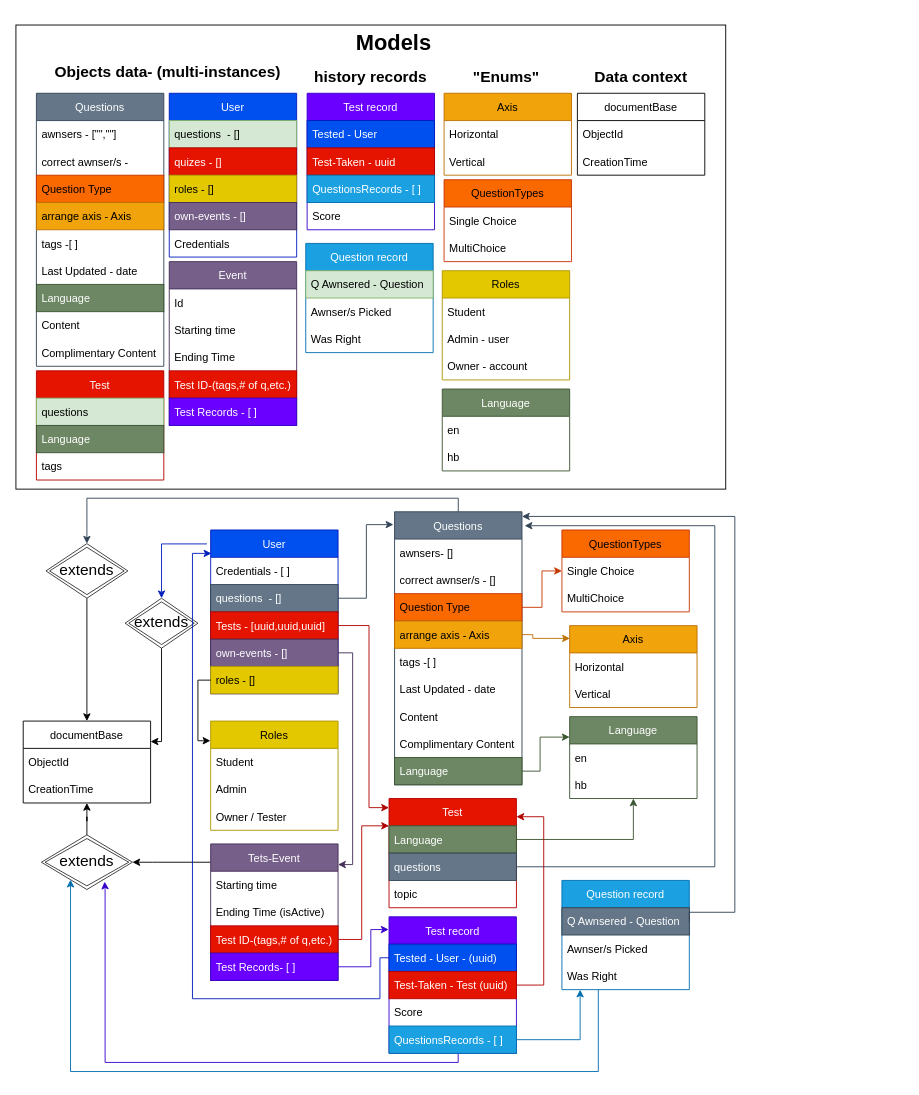
Above: page "Data" (2 of 3) of UML-Server.drawio in Shoam611/Tests-System (draw.io), before the change. Source tidied: cells renumbered, new cells numbered last; positions are measured from the earlier drawing's top-left corner, leaving out a move shared by most shapes. Both pictures are drawn from the tidied source at 91%, with x=0, y=0 at pixel (15, 25).
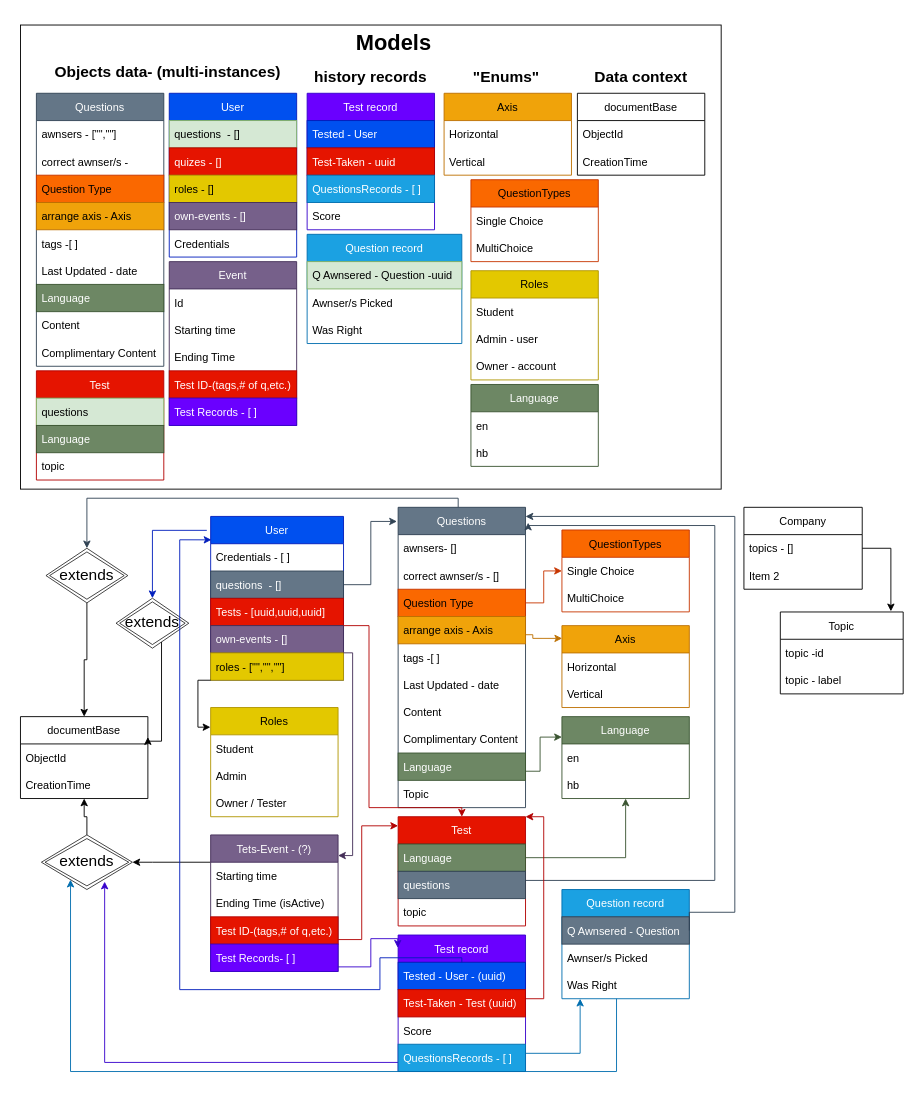
The same page after the edit.

The change refers to these unchanged cells:
```xml
<mxCell id="14" value="Test" style="swimlane;fontStyle=0;horizontal=1;startSize=30;fillColor=#e51400;strokeColor=#B20000;fontColor=#ffffff;rounded=0;" parent="1" vertex="1">
  <mxGeometry x="22.5" y="380" width="140" height="120" as="geometry" />
</mxCell>
<mxCell id="81" value="questions" style="text;strokeColor=#314354;fillColor=#647687;align=left;verticalAlign=middle;spacingLeft=4;spacingRight=4;overflow=hidden;points=[[0,0.5],[1,0.5]];portConstraint=eastwest;fontColor=#ffffff;rounded=0;" parent="79" vertex="1">
  <mxGeometry y="60" width="140" height="30" as="geometry" />
</mxCell>
<mxCell id="103" value="Test Records- [ ]" style="text;strokeColor=#3700CC;fillColor=#6a00ff;align=left;verticalAlign=middle;spacingLeft=4;spacingRight=4;overflow=hidden;points=[[0,0.5],[1,0.5]];portConstraint=eastwest;fontColor=#ffffff;rounded=0;" parent="99" vertex="1">
  <mxGeometry y="120" width="140" height="30" as="geometry" />
</mxCell>
<mxCell id="114" value="extends" style="shape=rhombus;double=1;perimeter=rhombusPerimeter;whiteSpace=wrap;html=1;align=center;fontSize=17;opacity=80;rounded=0;" parent="1" vertex="1">
  <mxGeometry x="28" y="890" width="100" height="60" as="geometry" />
</mxCell>
<mxCell id="121" value="Tested - User - (uuid)" style="text;strokeColor=#001DBC;fillColor=#0050ef;align=left;verticalAlign=middle;spacingLeft=4;spacingRight=4;overflow=hidden;points=[[0,0.5],[1,0.5]];portConstraint=eastwest;fontColor=#ffffff;rounded=0;" parent="120" vertex="1">
  <mxGeometry y="30" width="140" height="30" as="geometry" />
</mxCell>
<mxCell id="122" value="Test-Taken - Test (uuid)" style="text;strokeColor=#B20000;fillColor=#e51400;align=left;verticalAlign=middle;spacingLeft=4;spacingRight=4;overflow=hidden;points=[[0,0.5],[1,0.5]];portConstraint=eastwest;fontColor=#ffffff;rounded=0;" parent="120" vertex="1">
  <mxGeometry y="60" width="140" height="30" as="geometry" />
</mxCell>
<mxCell id="124" value="QuestionsRecords - [ ]" style="text;strokeColor=#006EAF;fillColor=#1ba1e2;align=left;verticalAlign=middle;spacingLeft=4;spacingRight=4;overflow=hidden;points=[[0,0.5],[1,0.5]];portConstraint=eastwest;fontColor=#ffffff;rounded=0;" parent="120" vertex="1">
  <mxGeometry y="120" width="140" height="30" as="geometry" />
</mxCell>
```

Diff of the diagram source:
```diff
@@
     <mxCell id="2" style="rounded=0;whiteSpace=wrap;html=1;" parent="1" vertex="1">
-      <mxGeometry width="780" height="510" as="geometry" />
+      <mxGeometry x="5" width="770" height="510" as="geometry" />
     </mxCell>
@@
-    <mxCell id="17" value="tags" style="text;strokeColor=none;fillColor=none;align=left;verticalAlign=middle;spacingLeft=4;spacingRight=4;overflow=hidden;rounded=0;" parent="14" vertex="1">
+    <mxCell id="17" value="topic" style="text;strokeColor=none;fillColor=none;align=left;verticalAlign=middle;spacingLeft=4;spacingRight=4;overflow=hidden;rounded=0;" parent="14" vertex="1">
       <mxGeometry y="90" width="140" height="30" as="geometry" />
     </mxCell>
@@
     <mxCell id="27" value="Roles" style="swimlane;fontStyle=0;horizontal=1;startSize=30;fillColor=#e3c800;strokeColor=#B09500;fontColor=#000000;rounded=0;" parent="1" vertex="1">
-      <mxGeometry x="468.5" y="270" width="140" height="120" as="geometry" />
+      <mxGeometry x="500" y="270" width="140" height="120" as="geometry" />
     </mxCell>
@@
     <mxCell id="40" value="QuestionTypes" style="swimlane;fontStyle=0;horizontal=1;startSize=30;fillColor=#fa6800;strokeColor=#C73500;fontColor=#000000;rounded=0;" parent="1" vertex="1">
-      <mxGeometry x="470.5" y="170" width="140" height="90" as="geometry" />
+      <mxGeometry x="500" y="170" width="140" height="90" as="geometry" />
     </mxCell>
@@
     <mxCell id="48" value="Question record" style="swimlane;fontStyle=0;horizontal=1;startSize=30;fillColor=#1ba1e2;fontColor=#ffffff;strokeColor=#006EAF;rounded=0;" parent="1" vertex="1">
-      <mxGeometry x="318.5" y="240" width="140" height="120" as="geometry" />
+      <mxGeometry x="320" y="230" width="170" height="120" as="geometry" />
     </mxCell>
-    <mxCell id="49" value="Q Awnsered - Question" style="text;strokeColor=#82b366;fillColor=#d5e8d4;align=left;verticalAlign=middle;spacingLeft=4;spacingRight=4;overflow=hidden;rounded=0;" parent="48" vertex="1">
-      <mxGeometry y="30" width="140" height="30" as="geometry" />
+    <mxCell id="49" value="Q Awnsered - Question -uuid" style="text;strokeColor=#82b366;fillColor=#d5e8d4;align=left;verticalAlign=middle;spacingLeft=4;spacingRight=4;overflow=hidden;rounded=0;" parent="48" vertex="1">
+      <mxGeometry y="30" width="170" height="30" as="geometry" />
     </mxCell>
     <mxCell id="50" value="Awnser/s Picked" style="text;strokeColor=none;fillColor=none;align=left;verticalAlign=middle;spacingLeft=4;spacingRight=4;overflow=hidden;rounded=0;" parent="48" vertex="1">
-      <mxGeometry y="60" width="140" height="30" as="geometry" />
+      <mxGeometry y="60" width="170" height="30" as="geometry" />
     </mxCell>
     <mxCell id="51" value="Was Right" style="text;strokeColor=none;fillColor=none;align=left;verticalAlign=middle;spacingLeft=4;spacingRight=4;overflow=hidden;rounded=0;" parent="48" vertex="1">
-      <mxGeometry y="90" width="140" height="30" as="geometry" />
+      <mxGeometry y="90" width="170" height="30" as="geometry" />
     </mxCell>
@@
     <mxCell id="56" style="edgeStyle=orthogonalEdgeStyle;rounded=0;jettySize=auto;html=1;entryX=0.5;entryY=0;entryDx=0;entryDy=0;fontSize=17;strokeColor=#001DBC;exitX=-0.029;exitY=0.085;exitDx=0;exitDy=0;exitPerimeter=0;fillColor=#0050ef;" parent="1" edge="1" source="57" target="112">
       <mxGeometry relative="1" as="geometry">
         <Array as="points">
-          <mxPoint x="160" y="570" />
+          <mxPoint x="150" y="555" />
         </Array>
       </mxGeometry>
     </mxCell>
     <mxCell id="57" value="User" style="swimlane;fontStyle=0;horizontal=1;startSize=30;fillColor=#0050ef;fontColor=#ffffff;strokeColor=#001DBC;rounded=0;" parent="1" vertex="1">
-      <mxGeometry x="214" y="554.9" width="140" height="180" as="geometry" />
+      <mxGeometry x="214" y="540" width="146" height="180" as="geometry" />
     </mxCell>
     <mxCell id="58" value="Credentials - [ ] " style="text;strokeColor=none;fillColor=none;align=left;verticalAlign=middle;spacingLeft=4;spacingRight=4;overflow=hidden;points=[[0,0.5],[1,0.5]];portConstraint=eastwest;rounded=0;" parent="57" vertex="1">
-      <mxGeometry y="30" width="140" height="30" as="geometry" />
+      <mxGeometry y="30" width="146" height="30" as="geometry" />
     </mxCell>
     <mxCell id="59" value="questions  - []" style="text;strokeColor=#314354;fillColor=#647687;align=left;verticalAlign=middle;spacingLeft=4;spacingRight=4;overflow=hidden;points=[[0,0.5],[1,0.5]];portConstraint=eastwest;fontColor=#ffffff;rounded=0;" parent="57" vertex="1">
-      <mxGeometry y="60" width="140" height="30" as="geometry" />
+      <mxGeometry y="60" width="146" height="30" as="geometry" />
     </mxCell>
     <mxCell id="60" value="Tests - [uuid,uuid,uuid]" style="text;strokeColor=#B20000;fillColor=#e51400;align=left;verticalAlign=middle;spacingLeft=4;spacingRight=4;overflow=hidden;points=[[0,0.5],[1,0.5]];portConstraint=eastwest;fontColor=#ffffff;rounded=0;" parent="57" vertex="1">
-      <mxGeometry y="90" width="140" height="30" as="geometry" />
+      <mxGeometry y="90" width="146" height="30" as="geometry" />
     </mxCell>
     <mxCell id="61" value="own-events - []" style="text;strokeColor=#432D57;fillColor=#76608a;align=left;verticalAlign=middle;spacingLeft=4;spacingRight=4;overflow=hidden;points=[[0,0.5],[1,0.5]];portConstraint=eastwest;fontColor=#ffffff;rounded=0;" parent="57" vertex="1">
-      <mxGeometry y="120" width="140" height="30" as="geometry" />
+      <mxGeometry y="120" width="146" height="30" as="geometry" />
     </mxCell>
-    <mxCell id="62" value="roles - []" style="text;strokeColor=#B09500;fillColor=#e3c800;align=left;verticalAlign=middle;spacingLeft=4;spacingRight=4;overflow=hidden;points=[[0,0.5],[1,0.5]];portConstraint=eastwest;fontColor=#000000;rounded=0;" parent="57" vertex="1">
-      <mxGeometry y="150" width="140" height="30" as="geometry" />
+    <mxCell id="62" value="roles - [&quot;&quot;,&quot;&quot;,&quot;&quot;]" style="text;strokeColor=#B09500;fillColor=#e3c800;align=left;verticalAlign=middle;spacingLeft=4;spacingRight=4;overflow=hidden;points=[[0,0.5],[1,0.5]];portConstraint=eastwest;fontColor=#000000;rounded=0;" parent="57" vertex="1">
+      <mxGeometry y="150" width="146" height="30" as="geometry" />
     </mxCell>
     <mxCell id="63" value="Roles" style="swimlane;fontStyle=0;horizontal=1;startSize=30;fillColor=#e3c800;strokeColor=#B09500;fontColor=#000000;rounded=0;" parent="1" vertex="1">
-      <mxGeometry x="214" y="764.9" width="140" height="120" as="geometry" />
+      <mxGeometry x="214" y="750" width="140" height="120" as="geometry" />
     </mxCell>
@@
     <mxCell id="67" style="edgeStyle=orthogonalEdgeStyle;rounded=0;jettySize=auto;html=1;entryX=-0.002;entryY=0.18;entryDx=0;entryDy=0;entryPerimeter=0;fontSize=17;strokeColor=#000000;" parent="1" edge="1" source="62" target="63">
       <mxGeometry relative="1" as="geometry">
         <Array as="points">
           <mxPoint x="200" y="720" />
-          <mxPoint x="200" y="787" />
+          <mxPoint x="200" y="772" />
         </Array>
       </mxGeometry>
     </mxCell>
@@
     <mxCell id="69" value="Questions" style="swimlane;fontStyle=0;horizontal=1;startSize=30;fillColor=#647687;strokeColor=#314354;fontColor=#ffffff;rounded=0;" parent="1" vertex="1">
-      <mxGeometry x="416.1" y="534.9" width="140" height="300" as="geometry" />
+      <mxGeometry x="420" y="530" width="140" height="330" as="geometry" />
     </mxCell>
@@
+    <mxCell id="135" value="Topic" style="text;strokeColor=none;fillColor=none;align=left;verticalAlign=middle;spacingLeft=4;spacingRight=4;overflow=hidden;rounded=0;" parent="69" vertex="1">
+      <mxGeometry y="300" width="140" height="30" as="geometry" />
+    </mxCell>
     <mxCell id="79" value="Test" style="swimlane;fontStyle=0;horizontal=1;startSize=30;fillColor=#e51400;strokeColor=#B20000;fontColor=#ffffff;rounded=0;" parent="1" vertex="1">
-      <mxGeometry x="410" y="850" width="140" height="120" as="geometry" />
+      <mxGeometry x="420" y="870" width="140" height="120" as="geometry" />
     </mxCell>
@@
     <mxCell id="88" value="Axis" style="swimlane;fontStyle=0;horizontal=1;startSize=30;fillColor=#f0a30a;strokeColor=#BD7000;fontColor=#000000;rounded=0;" parent="1" vertex="1">
-      <mxGeometry x="608.5" y="660" width="140" height="90" as="geometry" />
+      <mxGeometry x="600" y="660" width="140" height="90" as="geometry" />
     </mxCell>
@@
     <mxCell id="91" value="Language" style="swimlane;fontStyle=0;horizontal=1;startSize=30;fillColor=#6d8764;fontColor=#ffffff;strokeColor=#3A5431;rounded=0;" parent="1" vertex="1">
-      <mxGeometry x="468.5" y="400" width="140" height="90" as="geometry" />
+      <mxGeometry x="500" y="395" width="140" height="90" as="geometry" />
     </mxCell>
@@
     <mxCell id="95" value="Language" style="swimlane;fontStyle=0;horizontal=1;startSize=30;fillColor=#6d8764;fontColor=#ffffff;strokeColor=#3A5431;rounded=0;" parent="1" vertex="1">
-      <mxGeometry x="608.5" y="760" width="140" height="90" as="geometry" />
+      <mxGeometry x="600" y="760" width="140" height="90" as="geometry" />
     </mxCell>
@@
-    <mxCell id="99" value="Tets-Event" style="swimlane;fontStyle=0;horizontal=1;startSize=30;fillColor=#76608a;strokeColor=#432D57;fontColor=#ffffff;rounded=0;" parent="1" vertex="1">
-      <mxGeometry x="214" y="899.9" width="140" height="150" as="geometry" />
+    <mxCell id="99" value="Tets-Event - (?)" style="swimlane;fontStyle=0;horizontal=1;startSize=30;fillColor=#76608a;strokeColor=#432D57;fontColor=#ffffff;rounded=0;" parent="1" vertex="1">
+      <mxGeometry x="214" y="890" width="140" height="150" as="geometry" />
     </mxCell>
@@
     <mxCell id="104" style="edgeStyle=orthogonalEdgeStyle;rounded=0;jettySize=auto;html=1;fontSize=17;strokeColor=#432D57;entryX=1;entryY=0.151;entryDx=0;entryDy=0;entryPerimeter=0;fillColor=#76608a;" parent="1" edge="1" source="61" target="99">
       <mxGeometry relative="1" as="geometry">
         <Array as="points">
-          <mxPoint x="370" y="690" />
-          <mxPoint x="370" y="923" />
-          <mxPoint x="354" y="923" />
+          <mxPoint x="370" y="689.9" />
+          <mxPoint x="370" y="912" />
         </Array>
       </mxGeometry>
     </mxCell>
@@
     <mxCell id="106" style="edgeStyle=orthogonalEdgeStyle;rounded=0;jettySize=auto;html=1;fontSize=17;strokeColor=#314354;entryX=1.021;entryY=0.051;entryDx=0;entryDy=0;entryPerimeter=0;fillColor=#647687;" parent="1" edge="1" source="81" target="69">
       <mxGeometry relative="1" as="geometry">
         <Array as="points">
-          <mxPoint x="768" y="925" />
+          <mxPoint x="768" y="940" />
           <mxPoint x="768" y="550" />
+          <mxPoint x="563" y="550" />
         </Array>
       </mxGeometry>
     </mxCell>
@@
     <mxCell id="108" value="documentBase" style="swimlane;fontStyle=0;horizontal=1;startSize=30;rounded=0;" parent="1" vertex="1">
-      <mxGeometry x="8" y="764.9" width="140" height="90" as="geometry" />
+      <mxGeometry x="5" y="760" width="140" height="90" as="geometry" />
     </mxCell>
@@
     <mxCell id="111" style="edgeStyle=orthogonalEdgeStyle;rounded=0;jettySize=auto;html=1;entryX=1;entryY=0.25;entryDx=0;entryDy=0;fontSize=17;strokeColor=#000000;" parent="1" edge="1" source="112" target="108">
       <mxGeometry relative="1" as="geometry">
         <Array as="points">
           <mxPoint x="160" y="787" />
+          <mxPoint x="145" y="787" />
         </Array>
       </mxGeometry>
     </mxCell>
     <mxCell id="112" value="extends" style="shape=rhombus;double=1;perimeter=rhombusPerimeter;whiteSpace=wrap;html=1;align=center;fontSize=17;opacity=80;rounded=0;" parent="1" vertex="1">
-      <mxGeometry x="120" y="629.9" width="80" height="54.9" as="geometry" />
+      <mxGeometry x="110" y="629.9" width="80" height="54.9" as="geometry" />
     </mxCell>
@@
     <mxCell id="116" value="extends" style="shape=rhombus;double=1;perimeter=rhombusPerimeter;whiteSpace=wrap;html=1;align=center;fontSize=17;opacity=80;rounded=0;" parent="1" vertex="1">
-      <mxGeometry x="33" y="569.9" width="90" height="60" as="geometry" />
+      <mxGeometry x="33" y="575" width="90" height="60" as="geometry" />
     </mxCell>
@@
     <mxCell id="120" value="Test record" style="swimlane;fontStyle=0;horizontal=1;startSize=30;fillColor=#6a00ff;fontColor=#ffffff;strokeColor=#3700CC;rounded=0;" parent="1" vertex="1">
-      <mxGeometry x="410" y="980" width="140" height="150" as="geometry" />
+      <mxGeometry x="420" y="1000" width="140" height="150" as="geometry" />
     </mxCell>
@@
     <mxCell id="125" style="edgeStyle=orthogonalEdgeStyle;rounded=0;jettySize=auto;html=1;fontSize=17;strokeColor=#006EAF;fillColor=#1ba1e2;" parent="1" edge="1" source="126" target="114">
       <mxGeometry relative="1" as="geometry">
         <Array as="points">
-          <mxPoint x="640" y="1150" />
+          <mxPoint x="660" y="1150" />
           <mxPoint x="60" y="1150" />
         </Array>
       </mxGeometry>
     </mxCell>
     <mxCell id="126" value="Question record" style="swimlane;fontStyle=0;horizontal=1;startSize=30;fillColor=#1ba1e2;fontColor=#ffffff;strokeColor=#006EAF;rounded=0;" parent="1" vertex="1">
-      <mxGeometry x="600" y="940" width="140" height="120" as="geometry" />
+      <mxGeometry x="600" y="950" width="140" height="120" as="geometry" />
     </mxCell>
@@
     <mxCell id="130" style="edgeStyle=orthogonalEdgeStyle;rounded=0;jettySize=auto;html=1;fontSize=17;strokeColor=#006EAF;fillColor=#1ba1e2;" parent="1" edge="1" source="124" target="126">
       <mxGeometry relative="1" as="geometry">
         <Array as="points">
-          <mxPoint x="620" y="1115" />
+          <mxPoint x="620" y="1130" />
         </Array>
       </mxGeometry>
     </mxCell>
     <mxCell id="131" style="edgeStyle=orthogonalEdgeStyle;rounded=0;jettySize=auto;html=1;fontSize=17;strokeColor=#B20000;fillColor=#e51400;" parent="1" edge="1" source="122" target="79">
       <mxGeometry relative="1" as="geometry">
         <Array as="points">
-          <mxPoint x="580" y="1055" />
+          <mxPoint x="580" y="1070" />
           <mxPoint x="580" y="870" />
         </Array>
       </mxGeometry>
     </mxCell>
     <mxCell id="132" style="edgeStyle=orthogonalEdgeStyle;rounded=0;jettySize=auto;html=1;entryX=-0.003;entryY=0.093;entryDx=0;entryDy=0;entryPerimeter=0;fontSize=17;strokeColor=#3700CC;fillColor=#6a00ff;" parent="1" edge="1" source="103" target="120">
       <mxGeometry relative="1" as="geometry">
         <Array as="points">
           <mxPoint x="390" y="1035" />
-          <mxPoint x="390" y="994" />
+          <mxPoint x="390" y="1004" />
         </Array>
       </mxGeometry>
     </mxCell>
     <mxCell id="133" style="edgeStyle=orthogonalEdgeStyle;rounded=0;jettySize=auto;html=1;entryX=0.006;entryY=-0.142;entryDx=0;entryDy=0;entryPerimeter=0;fontSize=17;strokeColor=#001DBC;fillColor=#0050ef;" parent="1" edge="1" source="121" target="58">
       <mxGeometry relative="1" as="geometry">
         <Array as="points">
+          <mxPoint x="490" y="1025" />
           <mxPoint x="400" y="1025" />
-          <mxPoint x="400" y="1070" />
-          <mxPoint x="194" y="1070" />
-          <mxPoint x="194" y="581" />
+          <mxPoint x="400" y="1060" />
+          <mxPoint x="180" y="1060" />
+          <mxPoint x="180" y="566" />
         </Array>
       </mxGeometry>
     </mxCell>
@@
+    <mxCell id="136" value="Company" style="swimlane;fontStyle=0;horizontal=1;startSize=30;" parent="1" vertex="1">
+      <mxGeometry x="800" y="530" width="130" height="90" as="geometry" />
+    </mxCell>
+    <mxCell id="137" value="topics - []" style="text;strokeColor=none;fillColor=none;align=left;verticalAlign=middle;spacingLeft=4;spacingRight=4;overflow=hidden;points=[[0,0.5],[1,0.5]];portConstraint=eastwest;" parent="136" vertex="1">
+      <mxGeometry y="30" width="130" height="30" as="geometry" />
+    </mxCell>
+    <mxCell id="138" value="Item 2" style="text;strokeColor=none;fillColor=none;align=left;verticalAlign=middle;spacingLeft=4;spacingRight=4;overflow=hidden;" parent="136" vertex="1">
+      <mxGeometry y="60" width="130" height="30" as="geometry" />
+    </mxCell>
+    <mxCell id="139" value="Topic" style="swimlane;fontStyle=0;horizontal=1;startSize=30;" parent="1" vertex="1">
+      <mxGeometry x="840" y="645" width="135" height="90" as="geometry" />
+    </mxCell>
+    <mxCell id="140" value="topic -id" style="text;strokeColor=none;fillColor=none;align=left;verticalAlign=middle;spacingLeft=4;spacingRight=4;overflow=hidden;" parent="139" vertex="1">
+      <mxGeometry y="30" width="135" height="30" as="geometry" />
+    </mxCell>
+    <mxCell id="141" value="topic - label" style="text;strokeColor=none;fillColor=none;align=left;verticalAlign=middle;spacingLeft=4;spacingRight=4;overflow=hidden;" parent="139" vertex="1">
+      <mxGeometry y="60" width="135" height="30" as="geometry" />
+    </mxCell>
+    <mxCell id="142" style="edgeStyle=orthogonalEdgeStyle;rounded=0;jettySize=auto;html=1;entryX=0.9;entryY=-0.008;entryDx=0;entryDy=0;entryPerimeter=0;" parent="1" edge="1" source="137" target="139">
+      <mxGeometry relative="1" as="geometry" />
+    </mxCell>
```
